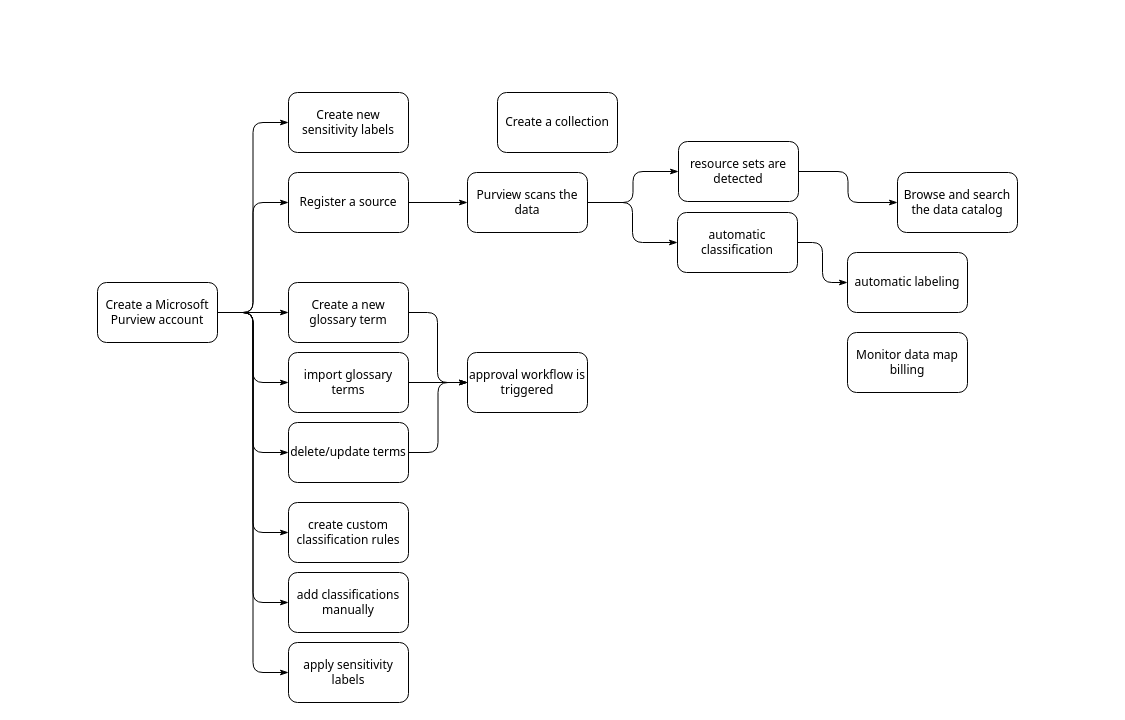
kanchantewary/MindMaps keeps this draw.io diagram as page "azure purview lifecycle" (6 of 6) of Data Governance.drawio. Above is the earlier version. Source tidied: cells renumbered, new cells numbered last; positions are measured from the earlier drawing's top-left corner, leaving out a move shared by most shapes. Both pictures are drawn from the tidied source at 100%, with x=0, y=0 at pixel (97, 92).
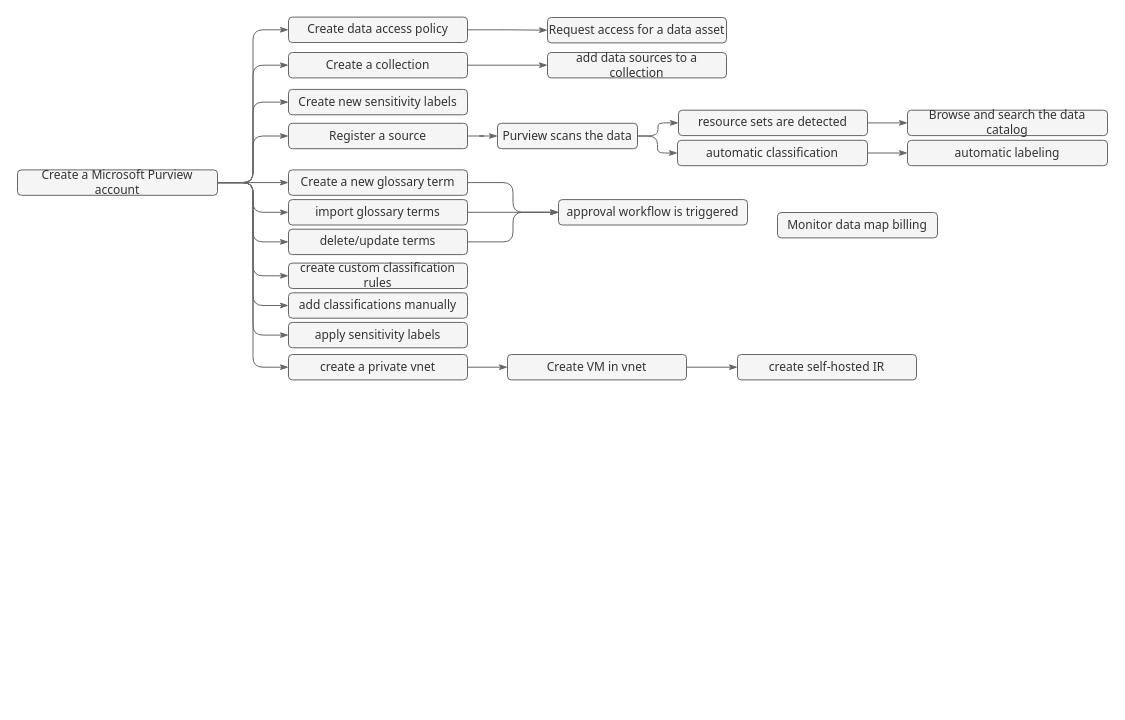
The same diagram, later.

The edit, as a diff of the source:
```diff
@@
+    <mxCell id="3" value="Register a source" style="rounded=1;whiteSpace=wrap;html=1;fontFamily=Tahoma;fillColor=#f5f5f5;fontColor=#333333;strokeColor=#666666;" parent="1" vertex="1">
+      <mxGeometry x="191" y="30.8" width="179" height="25.4" as="geometry" />
+    </mxCell>
+    <mxCell id="6" value="Purview scans the data" style="rounded=1;whiteSpace=wrap;html=1;fontFamily=Tahoma;fillColor=#f5f5f5;fontColor=#333333;strokeColor=#666666;" parent="1" vertex="1">
+      <mxGeometry x="400" y="30.8" width="140" height="25.4" as="geometry" />
+    </mxCell>
-    <mxCell id="2" style="edgeStyle=orthogonalEdgeStyle;rounded=1;jettySize=auto;html=1;fontFamily=Tahoma;endArrow=classicThin;endFill=1;" parent="1" edge="1" source="3" target="6">
+    <mxCell id="2" style="edgeStyle=orthogonalEdgeStyle;rounded=1;jettySize=auto;html=1;fontFamily=Tahoma;endArrow=classicThin;endFill=1;fillColor=#f5f5f5;strokeColor=#666666;" parent="1" edge="1" source="3" target="6">
       <mxGeometry relative="1" as="geometry" />
     </mxCell>
-    <mxCell id="3" value="Register a source" style="rounded=1;whiteSpace=wrap;html=1;fontFamily=Tahoma;" parent="1" vertex="1">
-      <mxGeometry x="191" y="80" width="120" height="60" as="geometry" />
-    </mxCell>
+    <mxCell id="8" value="resource sets are detected" style="rounded=1;whiteSpace=wrap;html=1;fontFamily=Tahoma;fillColor=#f5f5f5;fontColor=#333333;strokeColor=#666666;" parent="1" vertex="1">
+      <mxGeometry x="581" y="17.7" width="189" height="25.4" as="geometry" />
+    </mxCell>
-    <mxCell id="4" style="edgeStyle=orthogonalEdgeStyle;rounded=1;jettySize=auto;html=1;fontFamily=Tahoma;endArrow=classicThin;endFill=1;" parent="1" edge="1" source="6" target="8">
+    <mxCell id="4" style="edgeStyle=orthogonalEdgeStyle;rounded=1;jettySize=auto;html=1;fontFamily=Tahoma;endArrow=classicThin;endFill=1;fillColor=#f5f5f5;strokeColor=#666666;" parent="1" edge="1" source="6" target="8">
       <mxGeometry relative="1" as="geometry" />
     </mxCell>
+    <mxCell id="10" value="automatic classification" style="rounded=1;whiteSpace=wrap;html=1;fontFamily=Tahoma;fillColor=#f5f5f5;fontColor=#333333;strokeColor=#666666;" parent="1" vertex="1">
+      <mxGeometry x="580" y="47.8" width="190" height="25.4" as="geometry" />
+    </mxCell>
-    <mxCell id="5" style="edgeStyle=orthogonalEdgeStyle;rounded=1;jettySize=auto;html=1;fontFamily=Tahoma;endArrow=classicThin;endFill=1;" parent="1" edge="1" source="6" target="10">
+    <mxCell id="5" style="edgeStyle=orthogonalEdgeStyle;rounded=1;jettySize=auto;html=1;fontFamily=Tahoma;endArrow=classicThin;endFill=1;fillColor=#f5f5f5;strokeColor=#666666;" parent="1" edge="1" source="6" target="10">
       <mxGeometry relative="1" as="geometry" />
     </mxCell>
-    <mxCell id="6" value="Purview scans the data" style="rounded=1;whiteSpace=wrap;html=1;fontFamily=Tahoma;" parent="1" vertex="1">
-      <mxGeometry x="370" y="80" width="120" height="60" as="geometry" />
-    </mxCell>
-    <mxCell id="7" style="edgeStyle=orthogonalEdgeStyle;rounded=1;jettySize=auto;html=1;fontFamily=Tahoma;endArrow=classicThin;endFill=1;" parent="1" edge="1" source="8" target="22">
-      <mxGeometry relative="1" as="geometry" />
-    </mxCell>
-    <mxCell id="8" value="resource sets are detected" style="rounded=1;whiteSpace=wrap;html=1;fontFamily=Tahoma;" parent="1" vertex="1">
-      <mxGeometry x="581" y="49" width="120" height="60" as="geometry" />
-    </mxCell>
-    <mxCell id="9" style="edgeStyle=orthogonalEdgeStyle;rounded=1;jettySize=auto;html=1;fontFamily=Tahoma;endArrow=classicThin;endFill=1;" parent="1" edge="1" source="10" target="34">
-      <mxGeometry relative="1" as="geometry" />
-    </mxCell>
-    <mxCell id="10" value="automatic classification" style="rounded=1;whiteSpace=wrap;html=1;fontFamily=Tahoma;" parent="1" vertex="1">
-      <mxGeometry x="580" y="120" width="120" height="60" as="geometry" />
-    </mxCell>
-    <mxCell id="11" style="edgeStyle=orthogonalEdgeStyle;rounded=1;jettySize=auto;html=1;entryX=0;entryY=0.5;entryDx=0;entryDy=0;fontFamily=Tahoma;endArrow=classicThin;endFill=1;" parent="1" edge="1" source="19" target="3">
+    <mxCell id="11" style="edgeStyle=orthogonalEdgeStyle;rounded=1;jettySize=auto;html=1;entryX=0;entryY=0.5;entryDx=0;entryDy=0;fontFamily=Tahoma;endArrow=classicThin;endFill=1;fillColor=#f5f5f5;strokeColor=#666666;" parent="1" edge="1" source="19" target="3">
       <mxGeometry relative="1" as="geometry" />
     </mxCell>
-    <mxCell id="12" style="edgeStyle=orthogonalEdgeStyle;rounded=1;jettySize=auto;html=1;entryX=0;entryY=0.5;entryDx=0;entryDy=0;fontFamily=Tahoma;endArrow=classicThin;endFill=1;" parent="1" edge="1" source="19" target="25">
-      <mxGeometry relative="1" as="geometry" />
-    </mxCell>
-    <mxCell id="13" style="edgeStyle=orthogonalEdgeStyle;rounded=1;jettySize=auto;html=1;entryX=0;entryY=0.5;entryDx=0;entryDy=0;fontFamily=Tahoma;endArrow=classicThin;endFill=1;" parent="1" edge="1" source="19" target="27">
-      <mxGeometry relative="1" as="geometry" />
-    </mxCell>
-    <mxCell id="14" style="edgeStyle=orthogonalEdgeStyle;rounded=1;jettySize=auto;html=1;entryX=0;entryY=0.5;entryDx=0;entryDy=0;fontFamily=Tahoma;endArrow=classicThin;endFill=1;" parent="1" edge="1" source="19" target="29">
-      <mxGeometry relative="1" as="geometry" />
-    </mxCell>
-    <mxCell id="15" style="edgeStyle=orthogonalEdgeStyle;rounded=1;jettySize=auto;html=1;entryX=0;entryY=0.5;entryDx=0;entryDy=0;fontFamily=Tahoma;endArrow=classicThin;endFill=1;" parent="1" edge="1" source="19" target="30">
-      <mxGeometry relative="1" as="geometry" />
-    </mxCell>
-    <mxCell id="16" style="edgeStyle=orthogonalEdgeStyle;rounded=1;jettySize=auto;html=1;entryX=0;entryY=0.5;entryDx=0;entryDy=0;fontFamily=Tahoma;endArrow=classicThin;endFill=1;" parent="1" edge="1" source="19" target="31">
-      <mxGeometry relative="1" as="geometry" />
-    </mxCell>
-    <mxCell id="17" style="edgeStyle=orthogonalEdgeStyle;rounded=1;jettySize=auto;html=1;entryX=0;entryY=0.5;entryDx=0;entryDy=0;fontFamily=Tahoma;endArrow=classicThin;endFill=1;" parent="1" edge="1" source="19" target="32">
-      <mxGeometry relative="1" as="geometry" />
-    </mxCell>
-    <mxCell id="18" style="edgeStyle=orthogonalEdgeStyle;rounded=1;jettySize=auto;html=1;entryX=0;entryY=0.5;entryDx=0;entryDy=0;fontFamily=Tahoma;endArrow=classicThin;endFill=1;" parent="1" edge="1" source="19" target="33">
-      <mxGeometry relative="1" as="geometry" />
-    </mxCell>
+    <mxCell id="35" style="edgeStyle=orthogonalEdgeStyle;rounded=1;jettySize=auto;html=1;entryX=0;entryY=0.5;entryDx=0;entryDy=0;endArrow=classicThin;endFill=1;fillColor=#f5f5f5;strokeColor=#666666;" parent="1" edge="1" source="19" target="40">
+      <mxGeometry relative="1" as="geometry" />
+    </mxCell>
+    <mxCell id="36" style="edgeStyle=orthogonalEdgeStyle;rounded=1;jettySize=auto;html=1;entryX=0;entryY=0.5;entryDx=0;entryDy=0;endArrow=classicThin;endFill=1;fillColor=#f5f5f5;strokeColor=#666666;" parent="1" edge="1" source="19" target="46">
+      <mxGeometry relative="1" as="geometry" />
+    </mxCell>
-    <mxCell id="19" value="Create a Microsoft Purview account" style="rounded=1;whiteSpace=wrap;html=1;fontFamily=Tahoma;" parent="1" vertex="1">
-      <mxGeometry y="190" width="120" height="60" as="geometry" />
+    <mxCell id="19" value="Create a Microsoft Purview account" style="rounded=1;whiteSpace=wrap;html=1;fontFamily=Tahoma;fillColor=#f5f5f5;fontColor=#333333;strokeColor=#666666;" parent="1" vertex="1">
+      <mxGeometry x="-80" y="77.4" width="200" height="25.4" as="geometry" />
     </mxCell>
-    <mxCell id="20" value="Monitor data map billing" style="rounded=1;whiteSpace=wrap;html=1;fontFamily=Tahoma;" parent="1" vertex="1">
-      <mxGeometry x="750" y="240" width="120" height="60" as="geometry" />
+    <mxCell id="20" value="Monitor data map billing" style="rounded=1;whiteSpace=wrap;html=1;fontFamily=Tahoma;fillColor=#f5f5f5;fontColor=#333333;strokeColor=#666666;" parent="1" vertex="1">
+      <mxGeometry x="680" y="120" width="160" height="25.4" as="geometry" />
     </mxCell>
+    <mxCell id="37" style="edgeStyle=orthogonalEdgeStyle;rounded=1;jettySize=auto;html=1;endArrow=classicThin;endFill=1;fillColor=#f5f5f5;strokeColor=#666666;" parent="1" edge="1" source="21" target="42">
+      <mxGeometry relative="1" as="geometry" />
+    </mxCell>
-    <mxCell id="21" value="Create a collection" style="rounded=1;whiteSpace=wrap;html=1;fontFamily=Tahoma;" parent="1" vertex="1">
-      <mxGeometry x="400" width="120" height="60" as="geometry" />
+    <mxCell id="21" value="Create a collection" style="rounded=1;whiteSpace=wrap;html=1;fontFamily=Tahoma;fillColor=#f5f5f5;fontColor=#333333;strokeColor=#666666;" parent="1" vertex="1">
+      <mxGeometry x="191" y="-40" width="179" height="25.4" as="geometry" />
     </mxCell>
+    <mxCell id="38" style="edgeStyle=orthogonalEdgeStyle;rounded=1;jettySize=auto;html=1;entryX=0;entryY=0.5;entryDx=0;entryDy=0;endArrow=classicThin;endFill=1;fillColor=#f5f5f5;strokeColor=#666666;" parent="1" edge="1" source="19" target="21">
+      <mxGeometry relative="1" as="geometry" />
+    </mxCell>
-    <mxCell id="22" value="Browse and search the data catalog" style="rounded=1;whiteSpace=wrap;html=1;fontFamily=Tahoma;" parent="1" vertex="1">
-      <mxGeometry x="800" y="80" width="120" height="60" as="geometry" />
+    <mxCell id="22" value="Browse and search the data catalog" style="rounded=1;whiteSpace=wrap;html=1;fontFamily=Tahoma;fillColor=#f5f5f5;fontColor=#333333;strokeColor=#666666;" parent="1" vertex="1">
+      <mxGeometry x="810" y="17.7" width="200" height="25.4" as="geometry" />
     </mxCell>
+    <mxCell id="7" style="edgeStyle=orthogonalEdgeStyle;rounded=1;jettySize=auto;html=1;fontFamily=Tahoma;endArrow=classicThin;endFill=1;fillColor=#f5f5f5;strokeColor=#666666;" parent="1" edge="1" source="8" target="22">
+      <mxGeometry relative="1" as="geometry" />
+    </mxCell>
-    <mxCell id="23" value="approval workflow is triggered" style="rounded=1;whiteSpace=wrap;html=1;fontFamily=Tahoma;" parent="1" vertex="1">
-      <mxGeometry x="370" y="260" width="120" height="60" as="geometry" />
+    <mxCell id="23" value="approval workflow is triggered" style="rounded=1;whiteSpace=wrap;html=1;fontFamily=Tahoma;fillColor=#f5f5f5;fontColor=#333333;strokeColor=#666666;" parent="1" vertex="1">
+      <mxGeometry x="461" y="107.1" width="189" height="25.4" as="geometry" />
     </mxCell>
-    <mxCell id="24" style="edgeStyle=orthogonalEdgeStyle;rounded=1;jettySize=auto;html=1;fontFamily=Tahoma;endArrow=classicThin;endFill=1;" parent="1" edge="1" source="25" target="23">
-      <mxGeometry relative="1" as="geometry">
-        <Array as="points">
-          <mxPoint x="340" y="220" />
-          <mxPoint x="340" y="290" />
-        </Array>
-      </mxGeometry>
+    <mxCell id="24" style="edgeStyle=orthogonalEdgeStyle;rounded=1;jettySize=auto;html=1;entryX=0;entryY=0.5;entryDx=0;entryDy=0;endArrow=classicThin;endFill=1;fillColor=#f5f5f5;strokeColor=#666666;" parent="1" edge="1" source="25" target="23">
+      <mxGeometry relative="1" as="geometry" />
     </mxCell>
-    <mxCell id="25" value="Create a new glossary term" style="rounded=1;whiteSpace=wrap;html=1;fontFamily=Tahoma;" parent="1" vertex="1">
-      <mxGeometry x="191" y="190" width="120" height="60" as="geometry" />
+    <mxCell id="25" value="Create a new glossary term" style="rounded=1;whiteSpace=wrap;html=1;fontFamily=Tahoma;fillColor=#f5f5f5;fontColor=#333333;strokeColor=#666666;" parent="1" vertex="1">
+      <mxGeometry x="191" y="77.4" width="179" height="25.4" as="geometry" />
     </mxCell>
+    <mxCell id="12" style="edgeStyle=orthogonalEdgeStyle;rounded=1;jettySize=auto;html=1;entryX=0;entryY=0.5;entryDx=0;entryDy=0;fontFamily=Tahoma;endArrow=classicThin;endFill=1;fillColor=#f5f5f5;strokeColor=#666666;" parent="1" edge="1" source="19" target="25">
+      <mxGeometry relative="1" as="geometry" />
+    </mxCell>
-    <mxCell id="26" style="edgeStyle=orthogonalEdgeStyle;rounded=1;jettySize=auto;html=1;entryX=0;entryY=0.5;entryDx=0;entryDy=0;fontFamily=Tahoma;endArrow=classicThin;endFill=1;" parent="1" edge="1" source="27" target="23">
+    <mxCell id="26" style="edgeStyle=orthogonalEdgeStyle;rounded=1;jettySize=auto;html=1;entryX=0;entryY=0.5;entryDx=0;entryDy=0;fontFamily=Tahoma;endArrow=classicThin;endFill=1;fillColor=#f5f5f5;strokeColor=#666666;" parent="1" edge="1" source="27" target="23">
       <mxGeometry relative="1" as="geometry" />
     </mxCell>
-    <mxCell id="27" value="import glossary terms" style="rounded=1;whiteSpace=wrap;html=1;fontFamily=Tahoma;" parent="1" vertex="1">
-      <mxGeometry x="191" y="260" width="120" height="60" as="geometry" />
+    <mxCell id="27" value="import glossary terms" style="rounded=1;whiteSpace=wrap;html=1;fontFamily=Tahoma;fillColor=#f5f5f5;fontColor=#333333;strokeColor=#666666;" parent="1" vertex="1">
+      <mxGeometry x="191" y="107.1" width="179" height="25.4" as="geometry" />
     </mxCell>
+    <mxCell id="13" style="edgeStyle=orthogonalEdgeStyle;rounded=1;jettySize=auto;html=1;entryX=0;entryY=0.5;entryDx=0;entryDy=0;fontFamily=Tahoma;endArrow=classicThin;endFill=1;fillColor=#f5f5f5;strokeColor=#666666;" parent="1" edge="1" source="19" target="27">
+      <mxGeometry relative="1" as="geometry" />
+    </mxCell>
-    <mxCell id="28" style="edgeStyle=orthogonalEdgeStyle;rounded=1;jettySize=auto;html=1;entryX=0;entryY=0.5;entryDx=0;entryDy=0;fontFamily=Tahoma;endArrow=classicThin;endFill=1;" parent="1" edge="1" source="29" target="23">
+    <mxCell id="28" style="edgeStyle=orthogonalEdgeStyle;rounded=1;jettySize=auto;html=1;entryX=0;entryY=0.5;entryDx=0;entryDy=0;fontFamily=Tahoma;endArrow=classicThin;endFill=1;fillColor=#f5f5f5;strokeColor=#666666;" parent="1" edge="1" source="29" target="23">
       <mxGeometry relative="1" as="geometry" />
     </mxCell>
-    <mxCell id="29" value="delete/update terms" style="rounded=1;whiteSpace=wrap;html=1;fontFamily=Tahoma;" parent="1" vertex="1">
-      <mxGeometry x="191" y="330" width="120" height="60" as="geometry" />
+    <mxCell id="29" value="delete/update terms" style="rounded=1;whiteSpace=wrap;html=1;fontFamily=Tahoma;fillColor=#f5f5f5;fontColor=#333333;strokeColor=#666666;" parent="1" vertex="1">
+      <mxGeometry x="191" y="136.7" width="179" height="25.4" as="geometry" />
     </mxCell>
+    <mxCell id="14" style="edgeStyle=orthogonalEdgeStyle;rounded=1;jettySize=auto;html=1;entryX=0;entryY=0.5;entryDx=0;entryDy=0;fontFamily=Tahoma;endArrow=classicThin;endFill=1;fillColor=#f5f5f5;strokeColor=#666666;" parent="1" edge="1" source="19" target="29">
+      <mxGeometry relative="1" as="geometry" />
+    </mxCell>
-    <mxCell id="30" value="create custom classification rules" style="rounded=1;whiteSpace=wrap;html=1;fontFamily=Tahoma;" parent="1" vertex="1">
-      <mxGeometry x="191" y="410" width="120" height="60" as="geometry" />
+    <mxCell id="30" value="create custom classification rules" style="rounded=1;whiteSpace=wrap;html=1;fontFamily=Tahoma;fillColor=#f5f5f5;fontColor=#333333;strokeColor=#666666;" parent="1" vertex="1">
+      <mxGeometry x="191" y="170.6" width="179" height="25.4" as="geometry" />
     </mxCell>
+    <mxCell id="15" style="edgeStyle=orthogonalEdgeStyle;rounded=1;jettySize=auto;html=1;entryX=0;entryY=0.5;entryDx=0;entryDy=0;fontFamily=Tahoma;endArrow=classicThin;endFill=1;fillColor=#f5f5f5;strokeColor=#666666;" parent="1" edge="1" source="19" target="30">
+      <mxGeometry relative="1" as="geometry" />
+    </mxCell>
-    <mxCell id="31" value="add classifications manually" style="rounded=1;whiteSpace=wrap;html=1;fontFamily=Tahoma;" parent="1" vertex="1">
-      <mxGeometry x="191" y="480" width="120" height="60" as="geometry" />
+    <mxCell id="31" value="add classifications manually" style="rounded=1;whiteSpace=wrap;html=1;fontFamily=Tahoma;fillColor=#f5f5f5;fontColor=#333333;strokeColor=#666666;" parent="1" vertex="1">
+      <mxGeometry x="191" y="200.3" width="179" height="25.4" as="geometry" />
     </mxCell>
+    <mxCell id="16" style="edgeStyle=orthogonalEdgeStyle;rounded=1;jettySize=auto;html=1;entryX=0;entryY=0.5;entryDx=0;entryDy=0;fontFamily=Tahoma;endArrow=classicThin;endFill=1;fillColor=#f5f5f5;strokeColor=#666666;" parent="1" edge="1" source="19" target="31">
+      <mxGeometry relative="1" as="geometry" />
+    </mxCell>
-    <mxCell id="32" value="apply sensitivity labels" style="rounded=1;whiteSpace=wrap;html=1;fontFamily=Tahoma;" parent="1" vertex="1">
-      <mxGeometry x="191" y="550" width="120" height="60" as="geometry" />
+    <mxCell id="32" value="apply sensitivity labels" style="rounded=1;whiteSpace=wrap;html=1;fontFamily=Tahoma;fillColor=#f5f5f5;fontColor=#333333;strokeColor=#666666;" parent="1" vertex="1">
+      <mxGeometry x="191" y="229.9" width="179" height="25.4" as="geometry" />
     </mxCell>
+    <mxCell id="17" style="edgeStyle=orthogonalEdgeStyle;rounded=1;jettySize=auto;html=1;entryX=0;entryY=0.5;entryDx=0;entryDy=0;fontFamily=Tahoma;endArrow=classicThin;endFill=1;fillColor=#f5f5f5;strokeColor=#666666;" parent="1" edge="1" source="19" target="32">
+      <mxGeometry relative="1" as="geometry" />
+    </mxCell>
-    <mxCell id="33" value="Create new sensitivity labels" style="rounded=1;whiteSpace=wrap;html=1;fontFamily=Tahoma;" parent="1" vertex="1">
-      <mxGeometry x="191" width="120" height="60" as="geometry" />
+    <mxCell id="33" value="Create new sensitivity labels" style="rounded=1;whiteSpace=wrap;html=1;fontFamily=Tahoma;fillColor=#f5f5f5;fontColor=#333333;strokeColor=#666666;" parent="1" vertex="1">
+      <mxGeometry x="191" y="-3.1" width="179" height="25.4" as="geometry" />
     </mxCell>
+    <mxCell id="18" style="edgeStyle=orthogonalEdgeStyle;rounded=1;jettySize=auto;html=1;entryX=0;entryY=0.5;entryDx=0;entryDy=0;fontFamily=Tahoma;endArrow=classicThin;endFill=1;fillColor=#f5f5f5;strokeColor=#666666;" parent="1" edge="1" source="19" target="33">
+      <mxGeometry relative="1" as="geometry" />
+    </mxCell>
-    <mxCell id="34" value="automatic labeling" style="rounded=1;whiteSpace=wrap;html=1;fontFamily=Tahoma;" parent="1" vertex="1">
-      <mxGeometry x="750" y="160" width="120" height="60" as="geometry" />
+    <mxCell id="34" value="automatic labeling" style="rounded=1;whiteSpace=wrap;html=1;fontFamily=Tahoma;fillColor=#f5f5f5;fontColor=#333333;strokeColor=#666666;" parent="1" vertex="1">
+      <mxGeometry x="810" y="47.8" width="200" height="25.4" as="geometry" />
     </mxCell>
+    <mxCell id="9" style="edgeStyle=orthogonalEdgeStyle;rounded=1;jettySize=auto;html=1;fontFamily=Tahoma;endArrow=classicThin;endFill=1;fillColor=#f5f5f5;strokeColor=#666666;" parent="1" edge="1" source="10" target="34">
+      <mxGeometry relative="1" as="geometry" />
+    </mxCell>
+    <mxCell id="39" style="edgeStyle=orthogonalEdgeStyle;rounded=1;jettySize=auto;html=1;endArrow=classicThin;endFill=1;fillColor=#f5f5f5;strokeColor=#666666;" parent="1" edge="1" source="40" target="41">
+      <mxGeometry relative="1" as="geometry" />
+    </mxCell>
+    <mxCell id="40" value="Create data access policy" style="rounded=1;whiteSpace=wrap;html=1;fontFamily=Tahoma;fillColor=#f5f5f5;fontColor=#333333;strokeColor=#666666;" parent="1" vertex="1">
+      <mxGeometry x="191" y="-75.4" width="179" height="25.4" as="geometry" />
+    </mxCell>
+    <mxCell id="41" value="Request access for a data asset" style="rounded=1;whiteSpace=wrap;html=1;fontFamily=Tahoma;fillColor=#f5f5f5;fontColor=#333333;strokeColor=#666666;" parent="1" vertex="1">
+      <mxGeometry x="450" y="-75" width="179" height="25.4" as="geometry" />
+    </mxCell>
+    <mxCell id="42" value="add data sources to a collection" style="rounded=1;whiteSpace=wrap;html=1;fontFamily=Tahoma;fillColor=#f5f5f5;fontColor=#333333;strokeColor=#666666;" parent="1" vertex="1">
+      <mxGeometry x="450" y="-40" width="179" height="25.4" as="geometry" />
+    </mxCell>
+    <mxCell id="43" style="edgeStyle=orthogonalEdgeStyle;rounded=1;jettySize=auto;html=1;endArrow=classicThin;endFill=1;fillColor=#f5f5f5;strokeColor=#666666;" parent="1" edge="1" source="44" target="47">
+      <mxGeometry relative="1" as="geometry" />
+    </mxCell>
+    <mxCell id="44" value="Create VM in vnet" style="rounded=1;whiteSpace=wrap;html=1;fontFamily=Tahoma;fillColor=#f5f5f5;fontColor=#333333;strokeColor=#666666;" parent="1" vertex="1">
+      <mxGeometry x="410" y="262" width="179" height="25.4" as="geometry" />
+    </mxCell>
+    <mxCell id="45" style="edgeStyle=orthogonalEdgeStyle;rounded=1;jettySize=auto;html=1;endArrow=classicThin;endFill=1;fillColor=#f5f5f5;strokeColor=#666666;" parent="1" edge="1" source="46" target="44">
+      <mxGeometry relative="1" as="geometry" />
+    </mxCell>
+    <mxCell id="46" value="create a private vnet" style="rounded=1;whiteSpace=wrap;html=1;fontFamily=Tahoma;fillColor=#f5f5f5;fontColor=#333333;strokeColor=#666666;" parent="1" vertex="1">
+      <mxGeometry x="191" y="262" width="179" height="25.4" as="geometry" />
+    </mxCell>
+    <mxCell id="47" value="create self-hosted IR" style="rounded=1;whiteSpace=wrap;html=1;fontFamily=Tahoma;fillColor=#f5f5f5;fontColor=#333333;strokeColor=#666666;" parent="1" vertex="1">
+      <mxGeometry x="640" y="262" width="179" height="25.4" as="geometry" />
+    </mxCell>
```
